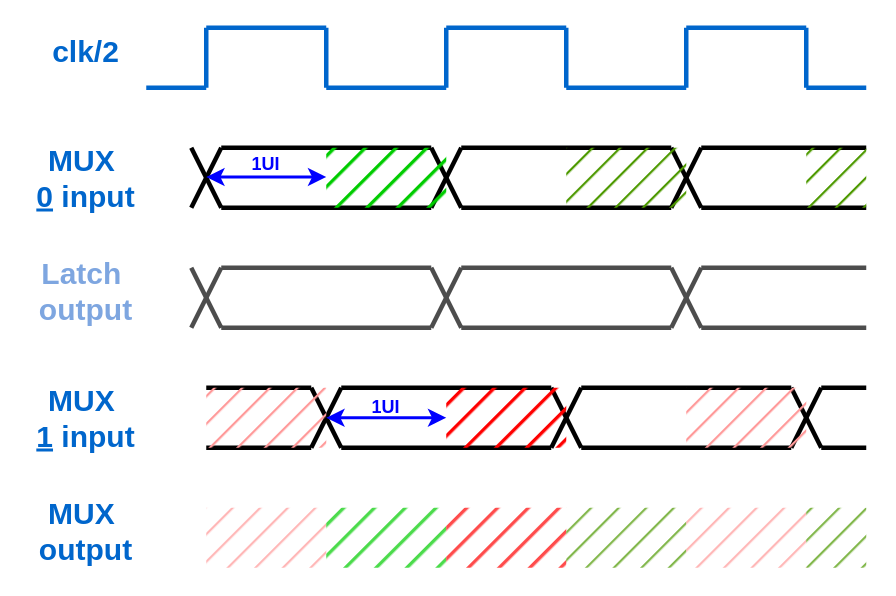
raytroop/raytroop.github.io keeps this draw.io diagram as source/_posts/tx/halfrate_tamu.drawio. Above is the earlier version. Source tidied: cells renumbered, new cells numbered last; positions are measured from the earlier drawing's top-left corner, leaving out a move shared by most shapes. Both pictures are drawn from the tidied source at 150%, with x=0, y=0 at pixel (26, 27).
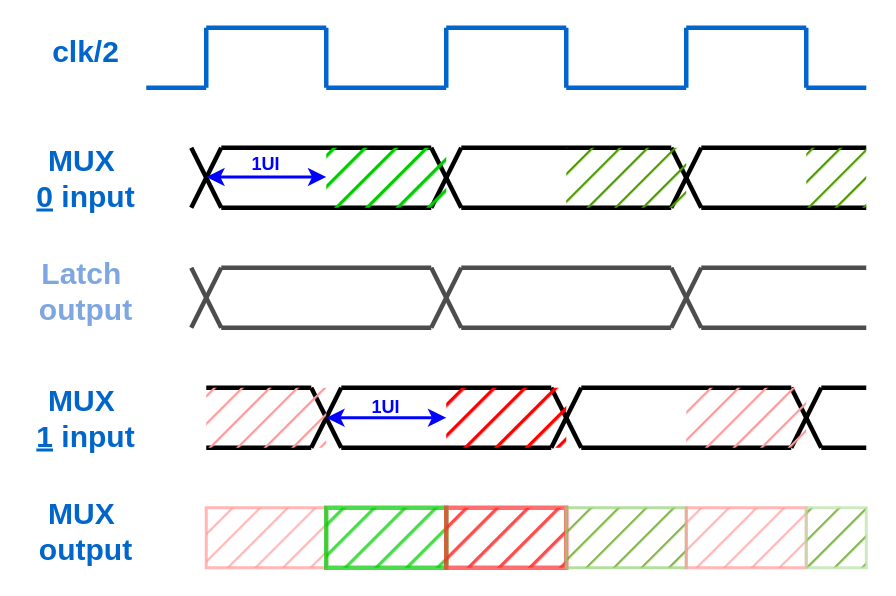
After the change.

The edit, as a diff of the source:
```diff
@@
-    <mxCell id="67" style="rounded=0;whiteSpace=wrap;html=1;fillColor=#FF9999;fillStyle=hatch;strokeColor=none;strokeWidth=2;opacity=70;opacityGroup=1;" parent="1" vertex="1">
+    <mxCell id="67" style="rounded=0;whiteSpace=wrap;html=1;fillColor=#FF9999;fillStyle=hatch;strokeColor=#FF9999;strokeWidth=2;opacity=70;opacityGroup=1;" parent="1" vertex="1">
       <mxGeometry x="120" y="320" width="80" height="40" as="geometry" />
     </mxCell>
-    <mxCell id="68" style="rounded=0;whiteSpace=wrap;html=1;fillColor=#00CC00;fillStyle=hatch;strokeColor=none;strokeWidth=3;opacity=70;opacityGroup=1;" parent="1" vertex="1">
+    <mxCell id="68" style="rounded=0;whiteSpace=wrap;html=1;fillColor=#00CC00;fillStyle=hatch;strokeColor=#00CC00;strokeWidth=3;opacity=70;opacityGroup=1;" parent="1" vertex="1">
       <mxGeometry x="200" y="320" width="80" height="40" as="geometry" />
     </mxCell>
-    <mxCell id="69" style="rounded=0;whiteSpace=wrap;html=1;fillColor=#FF0000;fillStyle=hatch;strokeColor=none;strokeWidth=3;opacity=70;opacityGroup=1;" parent="1" vertex="1">
+    <mxCell id="69" style="rounded=0;whiteSpace=wrap;html=1;fillColor=#FF0000;fillStyle=hatch;strokeColor=#FF3333;strokeWidth=3;opacity=70;opacityGroup=1;" parent="1" vertex="1">
       <mxGeometry x="280" y="320" width="80" height="40" as="geometry" />
     </mxCell>
-    <mxCell id="70" style="rounded=0;whiteSpace=wrap;html=1;fillColor=#4D9900;fillStyle=hatch;strokeColor=none;strokeWidth=2;opacity=70;opacityGroup=1;" parent="1" vertex="1">
+    <mxCell id="70" style="rounded=0;whiteSpace=wrap;html=1;fillColor=#4D9900;fillStyle=hatch;strokeColor=#97D077;strokeWidth=2;opacity=70;opacityGroup=1;" parent="1" vertex="1">
       <mxGeometry x="360" y="320" width="80" height="40" as="geometry" />
     </mxCell>
-    <mxCell id="71" style="rounded=0;whiteSpace=wrap;html=1;fillColor=#FF9999;fillStyle=hatch;strokeColor=none;strokeWidth=2;opacity=70;opacityGroup=1;" parent="1" vertex="1">
+    <mxCell id="71" style="rounded=0;whiteSpace=wrap;html=1;fillColor=#FF9999;fillStyle=hatch;strokeColor=#FF9999;strokeWidth=2;opacity=70;opacityGroup=1;" parent="1" vertex="1">
       <mxGeometry x="440" y="320" width="80" height="40" as="geometry" />
     </mxCell>
-    <mxCell id="72" style="rounded=0;whiteSpace=wrap;html=1;fillColor=#4D9900;fillStyle=hatch;strokeColor=none;strokeWidth=2;opacity=70;opacityGroup=1;" parent="1" vertex="1">
+    <mxCell id="72" style="rounded=0;whiteSpace=wrap;html=1;fillColor=#4D9900;fillStyle=hatch;strokeColor=#B9E0A5;strokeWidth=2;opacity=70;opacityGroup=1;" parent="1" vertex="1">
       <mxGeometry x="520" y="320" width="40" height="40" as="geometry" />
     </mxCell>
```
